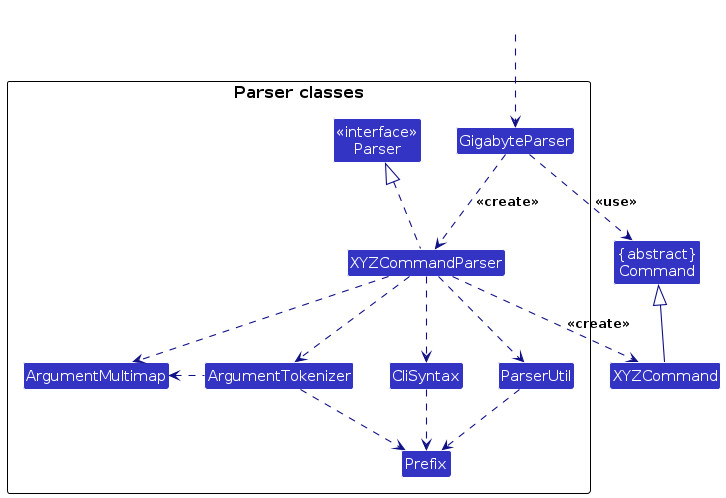
This is diagrams/ParserClasses.png from AY2627S1-CS2103T-W14-4/tp, a PlantUML export, as it was before one commit. Its source is kept beside it as diagrams/ParserClasses.puml.
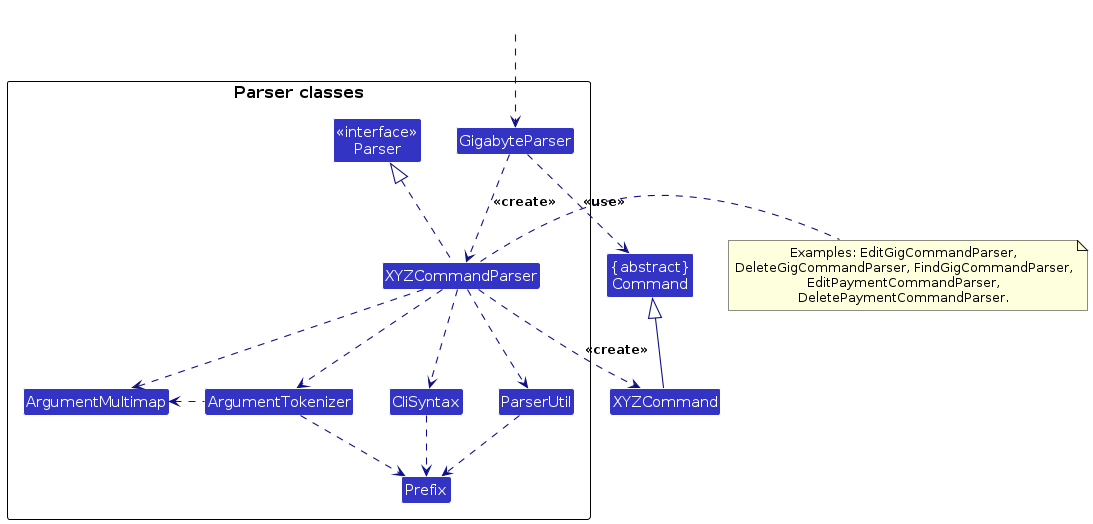
The same diagram one commit later.

Change to the diagram source:
```diff
@@ -18,6 +18,13 @@
 Class Prefix
 }
 
+note right of XYZCommandParser
+  Examples: EditGigCommandParser,
+  DeleteGigCommandParser, FindGigCommandParser,
+  EditPaymentCommandParser,
+  DeletePaymentCommandParser.
+end note
+
 Class HiddenOutside #FFFFFF
 HiddenOutside ..> GigabyteParser
 
```
